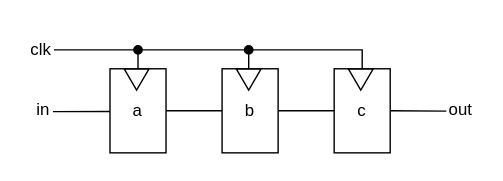
The draw.io diagram .pic/Basic Verilog structures/assignments/fig_03.drawio.svg in MPSU/APS, before a commit. Source tidied: cells renumbered, new cells last; positions are measured from the earlier drawing's top-left corner, leaving out a move shared by most shapes.
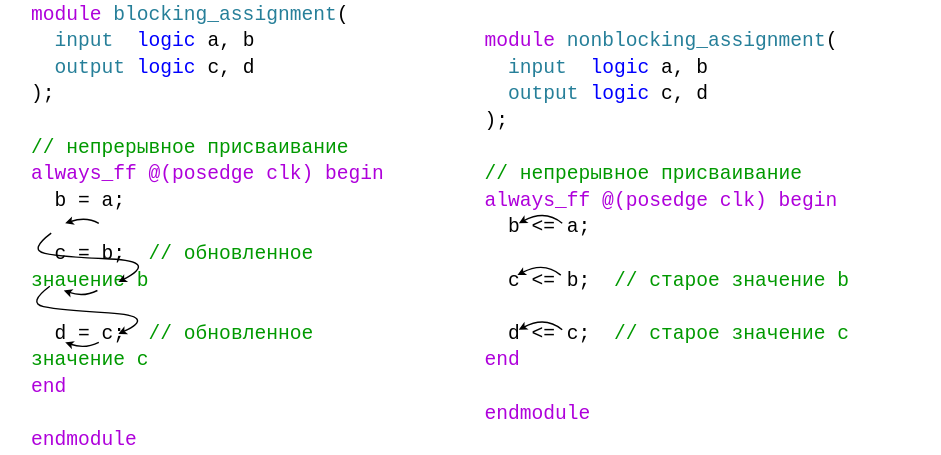
Above is the later version.

Change to the diagram source:
```diff
@@ -2,71 +2,87 @@
   <root>
     <mxCell id="0" />
     <mxCell id="1" parent="0" />
-    <mxCell id="2" value="a" style="rounded=0;whiteSpace=wrap;html=1;" parent="1" vertex="1">
-      <mxGeometry x="58" y="28.5" width="40" height="60" as="geometry" />
+    <mxCell id="2" value="&lt;div style=&quot;background-color: rgb(255, 255, 255); font-family: &amp;quot;Fira Code Light&amp;quot;, Consolas, &amp;quot;Courier New&amp;quot;, monospace, Consolas, &amp;quot;Courier New&amp;quot;, monospace; font-size: 14px; line-height: 216%;&quot;&gt;&lt;div style=&quot;line-height: 216%;&quot;&gt;&lt;div style=&quot;line-height: 19px;&quot;&gt;&lt;div style=&quot;line-height: 19px;&quot;&gt;&lt;div style=&quot;&quot;&gt;&lt;font color=&quot;#af00db&quot;&gt;module &lt;/font&gt;&lt;span style=&quot;color: rgb(38, 127, 153);&quot;&gt;blocking_assignment&lt;/span&gt;&lt;span style=&quot;color: rgb(0, 0, 0);&quot;&gt;(&lt;/span&gt;&lt;/div&gt;&lt;div style=&quot;color: rgb(59, 59, 59);&quot;&gt;&lt;span style=&quot;color: #000000;&quot;&gt;&amp;nbsp; &lt;/span&gt;&lt;span style=&quot;color: #267f99;&quot;&gt;input&lt;/span&gt;&lt;span style=&quot;color: #000000;&quot;&gt;&amp;nbsp;&amp;nbsp;&lt;/span&gt;&lt;span style=&quot;color: #0000ff;&quot;&gt;logic&lt;/span&gt;&lt;span style=&quot;color: #000000;&quot;&gt; a, b&lt;/span&gt;&lt;/div&gt;&lt;div style=&quot;color: rgb(59, 59, 59);&quot;&gt;&lt;span style=&quot;color: #000000;&quot;&gt;&amp;nbsp; &lt;/span&gt;&lt;span style=&quot;color: #267f99;&quot;&gt;output&lt;/span&gt;&lt;span style=&quot;color: #000000;&quot;&gt; &lt;/span&gt;&lt;span style=&quot;color: #0000ff;&quot;&gt;logic&lt;/span&gt;&lt;span style=&quot;color: #000000;&quot;&gt; c, d&lt;/span&gt;&lt;/div&gt;&lt;div style=&quot;color: rgb(59, 59, 59);&quot;&gt;&lt;span style=&quot;color: rgb(0, 0, 0);&quot;&gt;);&lt;/span&gt;&lt;/div&gt;&lt;div style=&quot;line-height: 19px;&quot;&gt;&lt;br&gt;&lt;/div&gt;&lt;font color=&quot;#009900&quot;&gt;// непрерывное присваивание&lt;br&gt;&lt;/font&gt;&lt;div style=&quot;&quot;&gt;&lt;font color=&quot;#af00db&quot;&gt;always_ff &lt;/font&gt;&lt;span style=&quot;color: rgb(175, 0, 219);&quot;&gt;@(posedge clk) begin&lt;/span&gt;&lt;/div&gt;&lt;div style=&quot;color: rgb(59, 59, 59);&quot;&gt;&lt;span style=&quot;color: #af00db;&quot;&gt;&amp;nbsp;&amp;nbsp;&lt;/span&gt;&lt;span style=&quot;color: #000000;&quot;&gt;b = a;&lt;/span&gt;&lt;/div&gt;&lt;div style=&quot;color: rgb(59, 59, 59);&quot;&gt;&lt;span style=&quot;color: #000000;&quot;&gt;&lt;br&gt;&lt;/span&gt;&lt;/div&gt;&lt;div style=&quot;&quot;&gt;&lt;span style=&quot;color: rgb(0, 0, 0);&quot;&gt;&amp;nbsp; c = b;&amp;nbsp;&amp;nbsp;&lt;/span&gt;&lt;font color=&quot;#009900&quot;&gt;// обновленное значение b&lt;/font&gt;&lt;/div&gt;&lt;div style=&quot;color: rgb(59, 59, 59);&quot;&gt;&lt;span style=&quot;color: #000000;&quot;&gt;&lt;br&gt;&lt;/span&gt;&lt;/div&gt;&lt;div style=&quot;color: rgb(59, 59, 59);&quot;&gt;&lt;span style=&quot;color: #000000;&quot;&gt;&amp;nbsp; d = c;&lt;/span&gt;&amp;nbsp;&amp;nbsp;&lt;font style=&quot;border-color: var(--border-color);&quot; color=&quot;#009900&quot;&gt;// обновленное значение с&lt;/font&gt;&lt;/div&gt;&lt;div style=&quot;color: rgb(59, 59, 59);&quot;&gt;&lt;span style=&quot;color: rgb(175, 0, 219);&quot;&gt;end&lt;/span&gt;&lt;/div&gt;&lt;div style=&quot;color: rgb(59, 59, 59);&quot;&gt;&lt;span style=&quot;color: #000000;&quot;&gt;&lt;br&gt;&lt;/span&gt;&lt;/div&gt;&lt;div style=&quot;&quot;&gt;&lt;font color=&quot;#af00db&quot;&gt;endmodule&lt;/font&gt;&lt;/div&gt;&lt;/div&gt;&lt;/div&gt;&lt;/div&gt;&lt;/div&gt;" style="text;html=1;strokeColor=none;fillColor=none;align=left;verticalAlign=middle;whiteSpace=wrap;rounded=0;" parent="1" vertex="1">
+      <mxGeometry x="244" y="-108" width="278" height="284" as="geometry" />
     </mxCell>
-    <mxCell id="3" style="triangle;whiteSpace=wrap;html=1;rotation=90;" parent="1" vertex="1">
-      <mxGeometry x="69.5" y="27.5" width="15" height="17.5" as="geometry" />
+    <mxCell id="3" value="&lt;div style=&quot;background-color: rgb(255, 255, 255); font-family: &amp;quot;Fira Code Light&amp;quot;, Consolas, &amp;quot;Courier New&amp;quot;, monospace, Consolas, &amp;quot;Courier New&amp;quot;, monospace; font-size: 14px; line-height: 216%;&quot;&gt;&lt;div style=&quot;line-height: 216%;&quot;&gt;&lt;div style=&quot;line-height: 19px;&quot;&gt;&lt;div style=&quot;line-height: 19px;&quot;&gt;&lt;div style=&quot;&quot;&gt;&lt;font color=&quot;#af00db&quot;&gt;module&lt;/font&gt;&lt;font color=&quot;#267f99&quot;&gt; non&lt;/font&gt;&lt;span style=&quot;color: rgb(38, 127, 153);&quot;&gt;bloc&lt;/span&gt;&lt;font color=&quot;#267f99&quot;&gt;king_a&lt;/font&gt;&lt;span style=&quot;color: rgb(38, 127, 153);&quot;&gt;ssignment&lt;/span&gt;&lt;span style=&quot;color: rgb(0, 0, 0);&quot;&gt;(&lt;/span&gt;&lt;/div&gt;&lt;div style=&quot;color: rgb(59, 59, 59);&quot;&gt;&lt;span style=&quot;color: #000000;&quot;&gt;&amp;nbsp; &lt;/span&gt;&lt;span style=&quot;color: #267f99;&quot;&gt;input&lt;/span&gt;&lt;span style=&quot;color: #000000;&quot;&gt;&amp;nbsp;&amp;nbsp;&lt;/span&gt;&lt;span style=&quot;color: #0000ff;&quot;&gt;logic&lt;/span&gt;&lt;span style=&quot;color: #000000;&quot;&gt; a, b&lt;/span&gt;&lt;/div&gt;&lt;div style=&quot;color: rgb(59, 59, 59);&quot;&gt;&lt;span style=&quot;color: #000000;&quot;&gt;&amp;nbsp; &lt;/span&gt;&lt;span style=&quot;color: #267f99;&quot;&gt;output&lt;/span&gt;&lt;span style=&quot;color: #000000;&quot;&gt; &lt;/span&gt;&lt;span style=&quot;color: #0000ff;&quot;&gt;logic&lt;/span&gt;&lt;span style=&quot;color: #000000;&quot;&gt; c, d&lt;/span&gt;&lt;/div&gt;&lt;div style=&quot;color: rgb(59, 59, 59);&quot;&gt;&lt;span style=&quot;color: #000000;&quot;&gt;);&lt;/span&gt;&lt;/div&gt;&lt;div style=&quot;line-height: 19px;&quot;&gt;&lt;br&gt;&lt;/div&gt;&lt;font color=&quot;#009900&quot;&gt;// непрерывное присваивание&lt;br&gt;&lt;/font&gt;&lt;div style=&quot;&quot;&gt;&lt;font color=&quot;#af00db&quot;&gt;always_ff &lt;/font&gt;&lt;span style=&quot;color: rgb(175, 0, 219);&quot;&gt;@(posedge clk) begin&lt;/span&gt;&lt;/div&gt;&lt;div style=&quot;color: rgb(59, 59, 59);&quot;&gt;&lt;span style=&quot;color: #af00db;&quot;&gt;&amp;nbsp;&amp;nbsp;&lt;/span&gt;&lt;span style=&quot;color: #000000;&quot;&gt;b &amp;lt;= a;&lt;/span&gt;&lt;/div&gt;&lt;div style=&quot;color: rgb(59, 59, 59);&quot;&gt;&lt;span style=&quot;color: #000000;&quot;&gt;&lt;br&gt;&lt;/span&gt;&lt;/div&gt;&lt;div style=&quot;&quot;&gt;&lt;span style=&quot;color: rgb(0, 0, 0);&quot;&gt;&amp;nbsp; c &amp;lt;= b;&amp;nbsp; &lt;/span&gt;&lt;font color=&quot;#009900&quot;&gt;// старое значение b&lt;/font&gt;&lt;/div&gt;&lt;div style=&quot;color: rgb(59, 59, 59);&quot;&gt;&lt;span style=&quot;color: #000000;&quot;&gt;&lt;br&gt;&lt;/span&gt;&lt;/div&gt;&lt;div style=&quot;&quot;&gt;&lt;span style=&quot;color: rgb(0, 0, 0);&quot;&gt;&amp;nbsp; d &amp;lt;= c;&amp;nbsp;&amp;nbsp;&lt;/span&gt;&lt;font color=&quot;#009900&quot;&gt;// старое значение c&lt;/font&gt;&lt;/div&gt;&lt;div style=&quot;&quot;&gt;&lt;font color=&quot;#af00db&quot;&gt;end&lt;/font&gt;&lt;/div&gt;&lt;div style=&quot;color: rgb(59, 59, 59);&quot;&gt;&lt;span style=&quot;color: #000000;&quot;&gt;&lt;br&gt;&lt;/span&gt;&lt;/div&gt;&lt;div style=&quot;&quot;&gt;&lt;font color=&quot;#af00db&quot;&gt;endmodule&lt;/font&gt;&lt;/div&gt;&lt;/div&gt;&lt;/div&gt;&lt;/div&gt;&lt;/div&gt;" style="text;html=1;strokeColor=none;fillColor=none;align=left;verticalAlign=middle;whiteSpace=wrap;rounded=0;" parent="1" vertex="1">
+      <mxGeometry x="568" y="-108" width="308" height="284" as="geometry" />
     </mxCell>
-    <mxCell id="4" style="endArrow=none;html=1;rounded=0;exitX=1.025;exitY=0.537;exitDx=0;exitDy=0;exitPerimeter=0;" parent="1" edge="1" source="14">
+    <mxCell id="4" style="curved=1;endArrow=classic;html=1;rounded=0;endFill=1;strokeWidth=1;strokeColor=default;endSize=3;" parent="1" edge="1">
       <mxGeometry relative="1" as="geometry">
-        <mxPoint x="58" y="59" as="targetPoint" />
+        <mxPoint x="260" y="38" as="sourcePoint" />
+        <mxPoint x="308" y="73" as="targetPoint" />
+        <Array as="points">
+          <mxPoint x="244" y="50" />
+          <mxPoint x="267" y="55" />
+          <mxPoint x="337" y="58" />
+        </Array>
       </mxGeometry>
     </mxCell>
-    <mxCell id="5" style="endArrow=none;html=1;rounded=0;exitX=1;exitY=0.5;exitDx=0;exitDy=0;entryX=0;entryY=0.5;entryDx=0;entryDy=0;" parent="1" edge="1" source="2">
+    <mxCell id="5" style="curved=1;endArrow=classic;html=1;rounded=0;endSize=3;" parent="1" edge="1">
       <mxGeometry relative="1" as="geometry">
-        <mxPoint x="138" y="58.5" as="targetPoint" />
+        <mxPoint x="294" y="31" as="sourcePoint" />
+        <mxPoint x="270" y="31" as="targetPoint" />
+        <Array as="points">
+          <mxPoint x="285" y="26" />
+        </Array>
       </mxGeometry>
     </mxCell>
-    <mxCell id="6" value="b" style="rounded=0;whiteSpace=wrap;html=1;" parent="1" vertex="1">
-      <mxGeometry x="138" y="28.5" width="40" height="60" as="geometry" />
+    <mxCell id="6" style="curved=1;endArrow=classic;html=1;rounded=0;endSize=3;" parent="1" edge="1">
+      <mxGeometry relative="1" as="geometry">
+        <mxPoint x="293" y="79" as="sourcePoint" />
+        <mxPoint x="269" y="79" as="targetPoint" />
+        <Array as="points">
+          <mxPoint x="283" y="84" />
+        </Array>
+      </mxGeometry>
     </mxCell>
-    <mxCell id="7" style="edgeStyle=orthogonalEdgeStyle;rounded=0;jettySize=auto;html=1;exitX=0;exitY=0.5;exitDx=0;exitDy=0;endArrow=oval;endFill=1;" parent="1" edge="1" source="8">
+    <mxCell id="7" style="curved=1;endArrow=classic;html=1;rounded=0;endFill=1;strokeWidth=1;strokeColor=default;endSize=3;" parent="1" edge="1">
       <mxGeometry relative="1" as="geometry">
-        <mxPoint x="78" y="15" as="targetPoint" />
+        <mxPoint x="259" y="76" as="sourcePoint" />
+        <mxPoint x="308" y="110" as="targetPoint" />
         <Array as="points">
-          <mxPoint x="157" y="15" />
+          <mxPoint x="243" y="88" />
+          <mxPoint x="266" y="93" />
+          <mxPoint x="336" y="97" />
         </Array>
       </mxGeometry>
     </mxCell>
-    <mxCell id="8" style="triangle;whiteSpace=wrap;html=1;rotation=90;" parent="1" vertex="1">
-      <mxGeometry x="149.5" y="27.5" width="15" height="17.5" as="geometry" />
+    <mxCell id="8" style="curved=1;endArrow=classic;html=1;rounded=0;endSize=3;" parent="1" edge="1">
+      <mxGeometry relative="1" as="geometry">
+        <mxPoint x="294" y="116" as="sourcePoint" />
+        <mxPoint x="270" y="116" as="targetPoint" />
+        <Array as="points">
+          <mxPoint x="284" y="121" />
+        </Array>
+      </mxGeometry>
     </mxCell>
-    <mxCell id="9" style="endArrow=none;html=1;rounded=0;exitX=1;exitY=0.5;exitDx=0;exitDy=0;entryX=0;entryY=0.5;entryDx=0;entryDy=0;" parent="1" edge="1" source="6" target="11">
-      <mxGeometry relative="1" as="geometry" />
+    <mxCell id="9" style="curved=1;endArrow=classic;html=1;rounded=0;endSize=3;" parent="1" edge="1">
+      <mxGeometry relative="1" as="geometry">
+        <mxPoint x="625" y="31" as="sourcePoint" />
+        <mxPoint x="594" y="31" as="targetPoint" />
+        <Array as="points">
+          <mxPoint x="613" y="21" />
+        </Array>
+      </mxGeometry>
     </mxCell>
-    <mxCell id="10" style="edgeStyle=orthogonalEdgeStyle;rounded=0;jettySize=auto;html=1;exitX=0.5;exitY=0;exitDx=0;exitDy=0;endArrow=oval;endFill=1;" parent="1" edge="1" source="11">
+    <mxCell id="10" style="curved=1;endArrow=classic;html=1;rounded=0;endSize=3;" parent="1" edge="1">
       <mxGeometry relative="1" as="geometry">
-        <mxPoint x="157" y="15" as="targetPoint" />
+        <mxPoint x="624" y="68" as="sourcePoint" />
+        <mxPoint x="593" y="68" as="targetPoint" />
         <Array as="points">
-          <mxPoint x="238" y="15" />
+          <mxPoint x="612" y="58" />
         </Array>
       </mxGeometry>
     </mxCell>
-    <mxCell id="11" value="c" style="rounded=0;whiteSpace=wrap;html=1;" parent="1" vertex="1">
-      <mxGeometry x="218" y="28.5" width="40" height="60" as="geometry" />
+    <mxCell id="11" style="curved=1;endArrow=classic;html=1;rounded=0;endSize=3;" parent="1" edge="1">
+      <mxGeometry relative="1" as="geometry">
+        <mxPoint x="625" y="107" as="sourcePoint" />
+        <mxPoint x="594" y="107" as="targetPoint" />
+        <Array as="points">
+          <mxPoint x="613" y="97" />
+        </Array>
+      </mxGeometry>
     </mxCell>
-    <mxCell id="12" style="triangle;whiteSpace=wrap;html=1;rotation=90;" parent="1" vertex="1">
-      <mxGeometry x="229.5" y="27.5" width="15" height="17.5" as="geometry" />
-    </mxCell>
-    <mxCell id="13" style="endArrow=none;html=1;rounded=0;exitX=1;exitY=0.5;exitDx=0;exitDy=0;entryX=0.003;entryY=0.523;entryDx=0;entryDy=0;entryPerimeter=0;" parent="1" edge="1" source="11" target="15">
-      <mxGeometry relative="1" as="geometry" />
-    </mxCell>
-    <mxCell id="14" value="in" style="text;html=1;strokeColor=none;fillColor=none;align=center;verticalAlign=middle;whiteSpace=wrap;rounded=0;" parent="1" vertex="1">
-      <mxGeometry x="4" y="43" width="13" height="30" as="geometry" />
-    </mxCell>
-    <mxCell id="15" value="out" style="text;html=1;strokeColor=none;fillColor=none;align=center;verticalAlign=middle;whiteSpace=wrap;rounded=0;" parent="1" vertex="1">
-      <mxGeometry x="298" y="43" width="21" height="30" as="geometry" />
-    </mxCell>
-    <mxCell id="16" style="edgeStyle=orthogonalEdgeStyle;rounded=0;jettySize=auto;html=1;exitX=1;exitY=0.5;exitDx=0;exitDy=0;entryX=0.5;entryY=0;entryDx=0;entryDy=0;endArrow=none;endFill=0;" parent="1" edge="1" source="17" target="2">
-      <mxGeometry relative="1" as="geometry">
-        <Array as="points">
-          <mxPoint x="78" y="15" />
-        </Array>
-      </mxGeometry>
-    </mxCell>
-    <mxCell id="17" value="clk" style="text;html=1;strokeColor=none;fillColor=none;align=center;verticalAlign=middle;whiteSpace=wrap;rounded=0;" parent="1" vertex="1">
-      <mxGeometry width="18" height="30" as="geometry" />
-    </mxCell>
   </root>
 </mxGraphModel>
```
